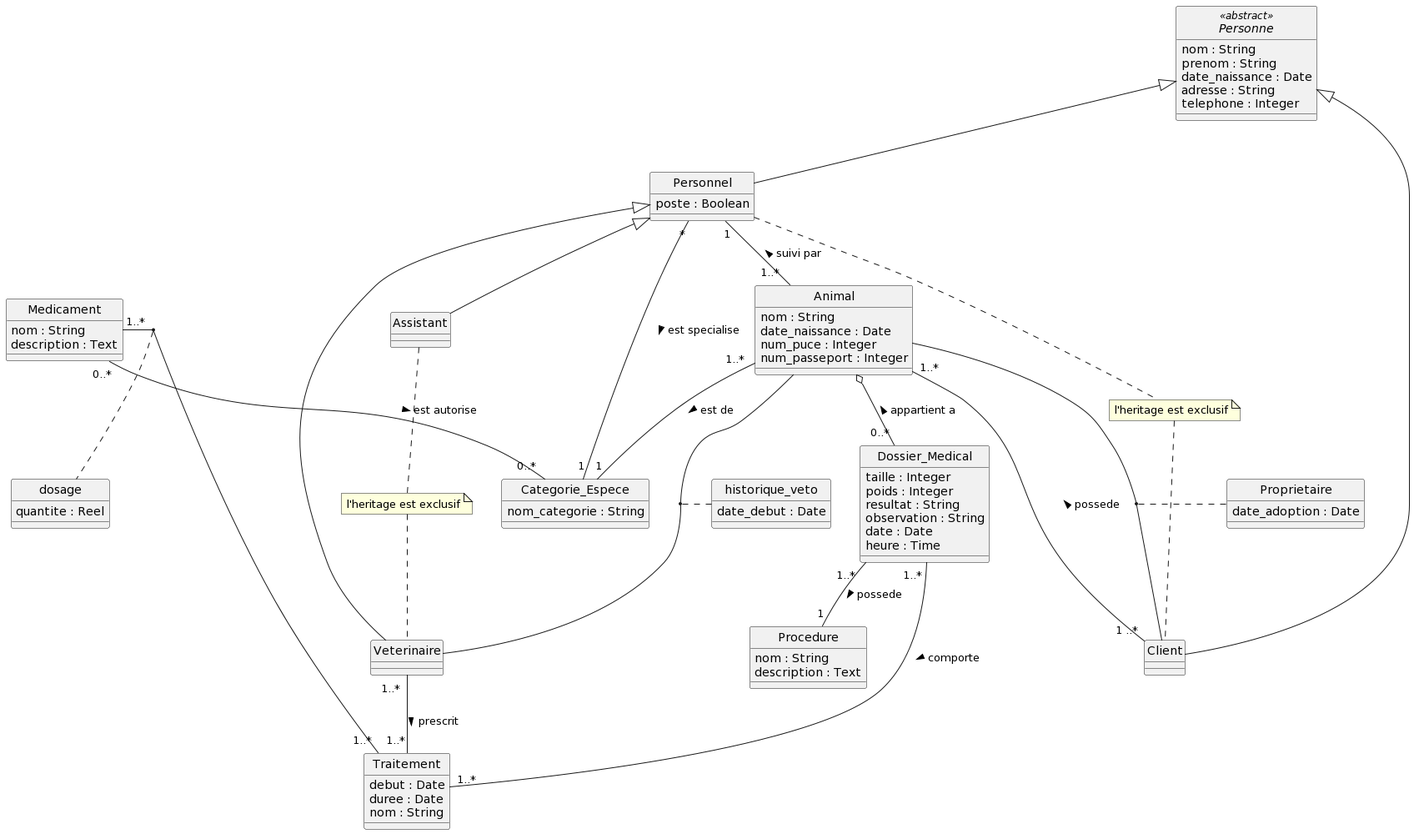
This is uml.png from eddymonji/Clinique_Veterinaire, a PlantUML export, as it was before one commit. The source it was exported from:
```plantuml
@startuml
skinparam Style strictuml
skinparam SequenceMessageAlignment center

abstract class Personne <<abstract>> {
    nom : String
    prenom : String
    date_naissance : Date
    adresse : String
    telephone : Integer
}

class Personnel {
    poste : Boolean
}

class Veterinaire

class Assistant

class Client {
}

class Animal {
    nom : String
    date_naissance : Date
    num_puce : Integer
    num_passeport : Integer
}

class Categorie_Espece{
    nom_categorie : String
}

class Medicament {
    nom : String
    description : Text
}

class Traitement {
    debut : Date
    duree : Date
    nom : String

}

class Dossier_Medical {
    taille : Integer
    poids : Integer
    resultat : String
    observation : String
    date : Date
    heure : Time
}

class Procedure{
    nom : String
    description : Text
}

class dosage {
    quantite : Reel
}

class historique_veto {
    date_debut : Date
}

class Proprietaire{
    date_adoption : Date
}


Medicament "1..*" - "1..*" Traitement
(Medicament, Traitement) .. dosage

Personne <|-- Personnel
Personne <|-- Client

Personnel <|-- Assistant
Personnel <|-- Veterinaire
Personnel "*" -- "1" Categorie_Espece : est specialise >
Personnel "1" -- "1..* " Animal : < suivi par
(Animal, Veterinaire) .. historique_veto
(Animal, Client) .. Proprietaire

Animal "1..* " -- "1" Categorie_Espece : est de >
Animal "1..* " -- "1 ..*" Client : < possede
Animal o-- "0..*" Dossier_Medical : < appartient a

Dossier_Medical "1..* " -- "1..*" Traitement : comporte >
Dossier_Medical "1..* " -- "1" Procedure : possede >

Veterinaire "1..* " -- "1..*" Traitement : prescrit >

Medicament "0..* " -- "0..*" Categorie_Espece : est autorise >


note "l'heritage est exclusif" as N2
Personnel .. N2
N2 .. Client

note "l'heritage est exclusif" as N3
Assistant .. N3
N3 .. Veterinaire
@enduml
```
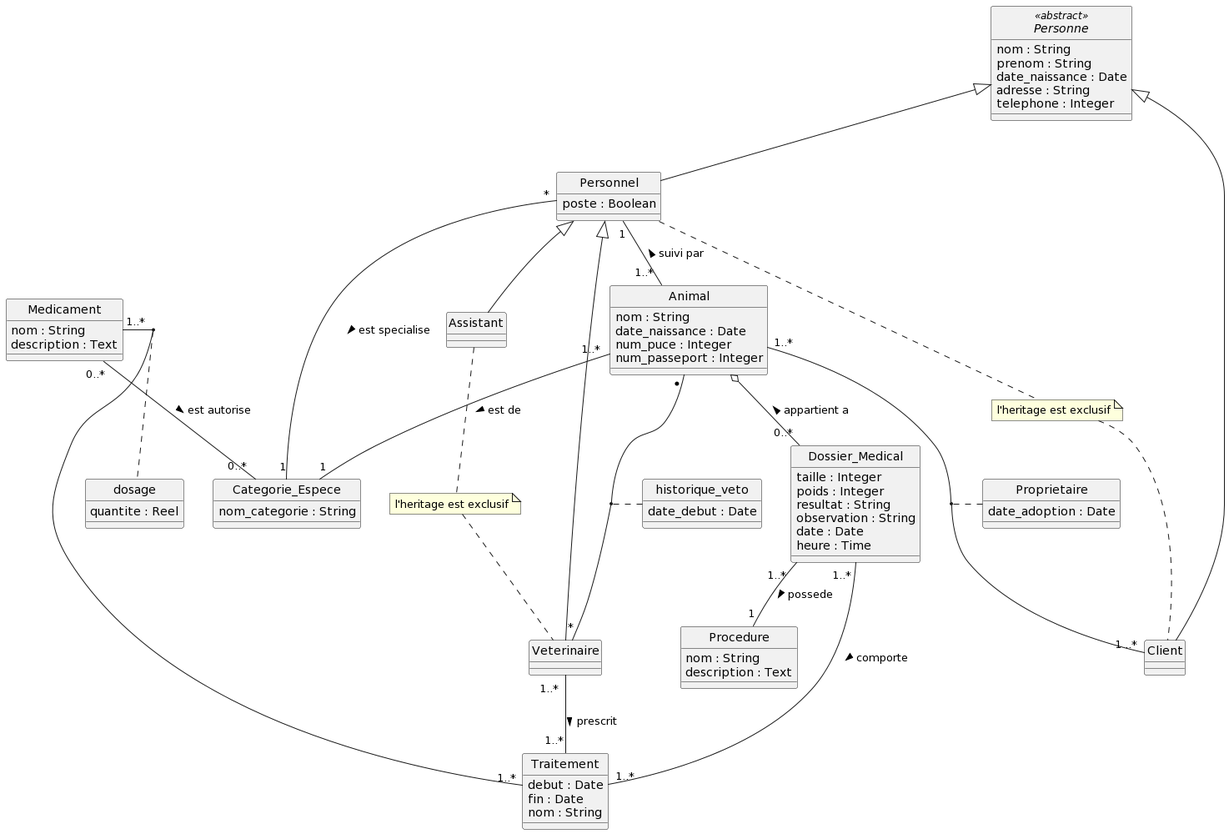
Later version of the same file.

Commit message:
UML Ver 5: voir veto.plantuml

Change to the diagram source:
```diff
@@ -39,7 +39,7 @@
 
 class Traitement {
     debut : Date
-    duree : Date
+    fin : Date
     nom : String
 
 }
@@ -81,11 +81,13 @@
 Personnel <|-- Veterinaire
 Personnel "*" -- "1" Categorie_Espece : est specialise >
 Personnel "1" -- "1..* " Animal : < suivi par
+Animal "* " -- "*" Veterinaire
 (Animal, Veterinaire) .. historique_veto
-(Animal, Client) .. Proprietaire
+
 
 Animal "1..* " -- "1" Categorie_Espece : est de >
-Animal "1..* " -- "1 ..*" Client : < possede
+Animal "1..* " -- "1 ..*" Client
+(Animal, Client) .. Proprietaire
 Animal o-- "0..*" Dossier_Medical : < appartient a
 
 Dossier_Medical "1..* " -- "1..*" Traitement : comporte >
```
